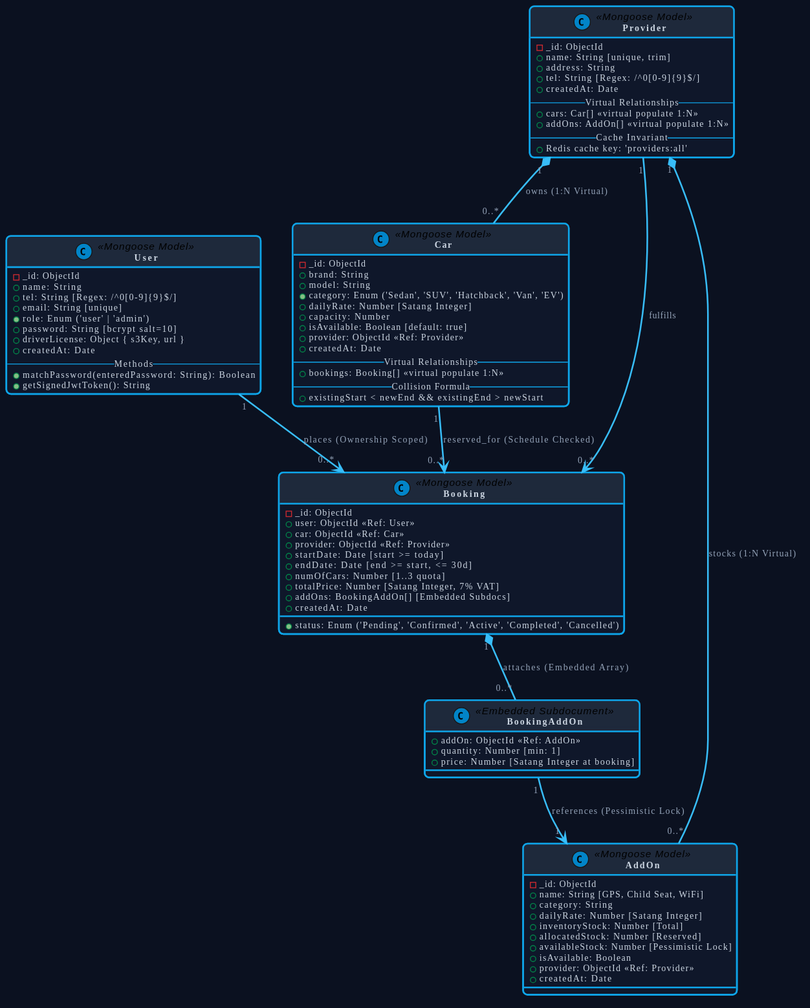
Above: docs/diagrams/class_diagram.svg in worawalan-s/rental-car-booking (PlantUML), before the change.
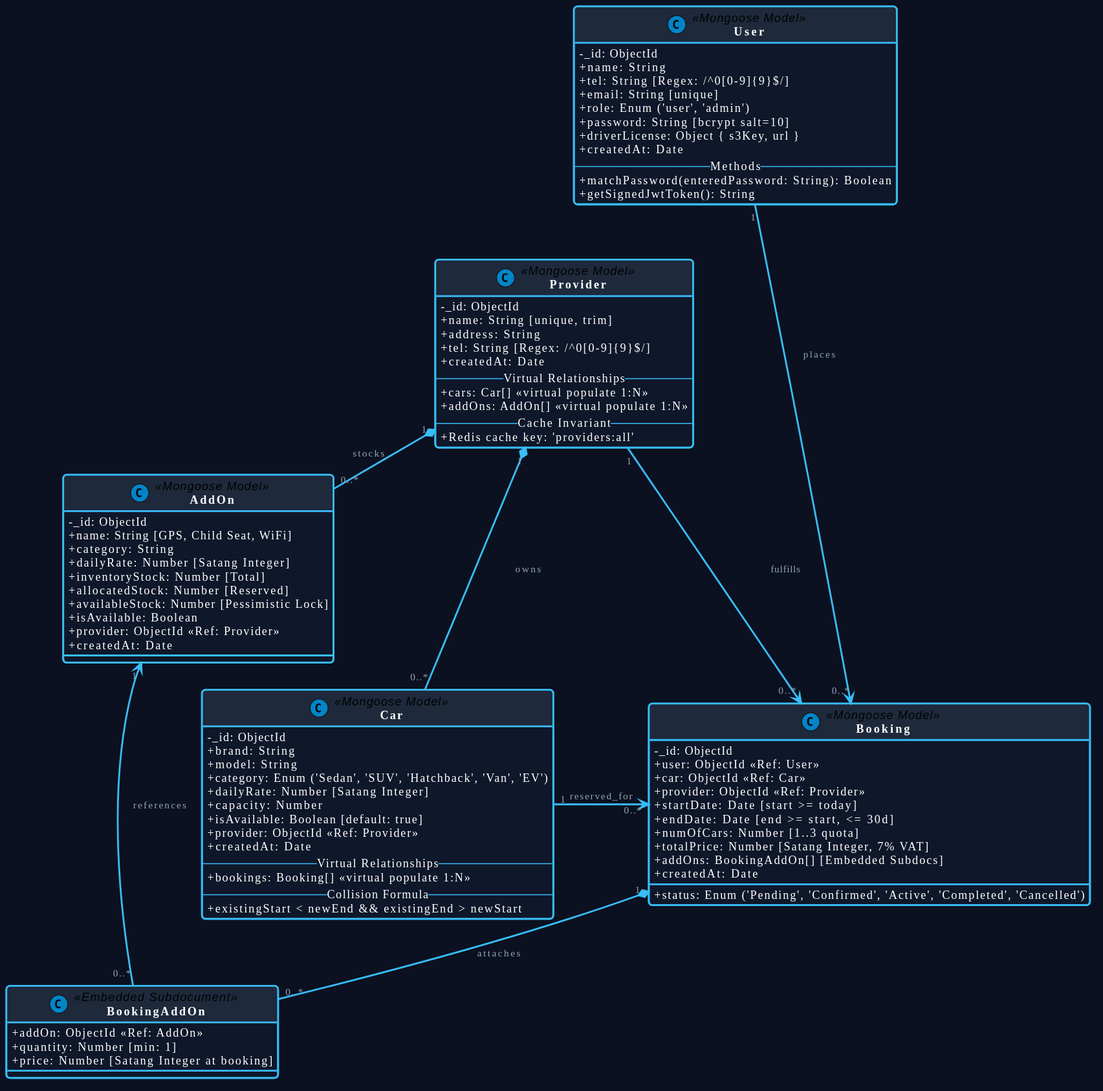
After the commit.

Commit message:
docs(diagrams): enhance class diagram legibility and adopt plain uniform use case styling

Diff of the diagram source:
```diff
@@ -1,20 +1,22 @@
 @startuml
 skinparam BackgroundColor #0B1120
-skinparam roundcorner 10
+skinparam roundcorner 8
 skinparam shadowing false
 skinparam defaultFontName "Helvetica, Arial, sans-serif"
-skinparam defaultFontSize 11
+skinparam defaultFontSize 13
+
+skinparam classAttributeIconSize 0
 
 skinparam class {
     BackgroundColor #0F172A
-    BorderColor #0EA5E9
-    BorderThickness 1.8
+    BorderColor #38BDF8
+    BorderThickness 2
     HeaderBackgroundColor #1E293B
-    FontColor #F8FAFC
-    FontSize 13
+    FontColor #FFFFFF
+    FontSize 15
     FontStyle bold
-    AttributeFontColor #CBD5E1
-    AttributeFontSize 10
+    AttributeFontColor #FFFFFF
+    AttributeFontSize 13
 }
 
 skinparam stereotypeCBackgroundColor #0284C7
@@ -22,9 +24,9 @@
 
 skinparam arrow {
     Color #38BDF8
-    Thickness 1.8
+    Thickness 2
     FontColor #94A3B8
-    FontSize 10
+    FontSize 11
 }
 
 class User <<Mongoose Model>> {
@@ -32,7 +34,7 @@
     +name: String
     +tel: String [Regex: /^0[0-9]{9}$/]
     +email: String [unique]
-    +role: Enum ('user' | 'admin')
+    +role: Enum ('user', 'admin')
     +password: String [bcrypt salt=10]
     +driverLicense: Object { s3Key, url }
     +createdAt: Date
@@ -41,17 +43,18 @@
     +getSignedJwtToken(): String
 }
 
-class Provider <<Mongoose Model>> {
+class Booking <<Mongoose Model>> {
     -_id: ObjectId
-    +name: String [unique, trim]
-    +address: String
-    +tel: String [Regex: /^0[0-9]{9}$/]
+    +user: ObjectId <<Ref: User>>
+    +car: ObjectId <<Ref: Car>>
+    +provider: ObjectId <<Ref: Provider>>
+    +startDate: Date [start >= today]
+    +endDate: Date [end >= start, <= 30d]
+    +numOfCars: Number [1..3 quota]
+    +status: Enum ('Pending', 'Confirmed', 'Active', 'Completed', 'Cancelled')
+    +totalPrice: Number [Satang Integer, 7% VAT]
+    +addOns: BookingAddOn[] [Embedded Subdocs]
     +createdAt: Date
-    -- Virtual Relationships --
-    +cars: Car[] <<virtual populate 1:N>>
-    +addOns: AddOn[] <<virtual populate 1:N>>
-    -- Cache Invariant --
-    +Redis cache key: 'providers:all'
 }
 
 class Car <<Mongoose Model>> {
@@ -70,18 +73,17 @@
     +existingStart < newEnd && existingEnd > newStart
 }
 
-class Booking <<Mongoose Model>> {
+class Provider <<Mongoose Model>> {
     -_id: ObjectId
-    +user: ObjectId <<Ref: User>>
-    +car: ObjectId <<Ref: Car>>
-    +provider: ObjectId <<Ref: Provider>>
-    +startDate: Date [start >= today]
-    +endDate: Date [end >= start, <= 30d]
-    +numOfCars: Number [1..3 quota]
-    +status: Enum ('Pending', 'Confirmed', 'Active', 'Completed', 'Cancelled')
-    +totalPrice: Number [Satang Integer, 7% VAT]
-    +addOns: BookingAddOn[] [Embedded Subdocs]
+    +name: String [unique, trim]
+    +address: String
+    +tel: String [Regex: /^0[0-9]{9}$/]
     +createdAt: Date
+    -- Virtual Relationships --
+    +cars: Car[] <<virtual populate 1:N>>
+    +addOns: AddOn[] <<virtual populate 1:N>>
+    -- Cache Invariant --
+    +Redis cache key: 'providers:all'
 }
 
 class AddOn <<Mongoose Model>> {
@@ -103,11 +105,12 @@
     +price: Number [Satang Integer at booking]
 }
 
-Provider "1" *-- "0..*" Car : owns (1:N Virtual)
-Provider "1" *-- "0..*" AddOn : stocks (1:N Virtual)
-User "1" --> "0..*" Booking : places (Ownership Scoped)
-Car "1" --> "0..*" Booking : reserved_for (Schedule Checked)
+User "1" -right-> "0..*" Booking : places
+Booking "0..*" <-left- "1" Car : reserved_for
+User -[hidden]down-> Provider
+Provider "1" *-right- "0..*" AddOn : stocks
+Provider "1" *-- "0..*" Car : owns
 Provider "1" --> "0..*" Booking : fulfills
-Booking "1" *-- "0..*" BookingAddOn : attaches (Embedded Array)
-BookingAddOn "1" --> "1" AddOn : references (Pessimistic Lock)
+Booking "1" *-down- "0..*" BookingAddOn : attaches
+BookingAddOn "0..*" -left-> "1" AddOn : references
 @enduml
```
